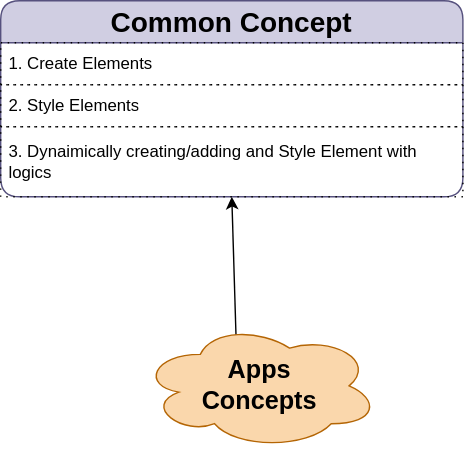
This is apps/apps.svg from knkrn5/Programming-Concepts, a draw.io export, as it was before one commit. Source tidied: cells renumbered, new cells last; positions are measured from the earlier drawing's top-left corner, leaving out a move shared by most shapes. The source it was exported from:
```xml
<mxGraphModel>
  <root>
    <mxCell id="0" />
    <mxCell id="1" parent="0" />
    <mxCell id="2" style="edgeStyle=none;html=1;exitX=0.4;exitY=0.1;exitDx=0;exitDy=0;exitPerimeter=0;entryX=0.5;entryY=1;entryDx=0;entryDy=0;" parent="1" edge="1" source="3" target="4">
      <mxGeometry relative="1" as="geometry" />
    </mxCell>
    <mxCell id="3" value="&lt;b&gt;&lt;font style=&quot;font-size: 18px;&quot;&gt;Apps&lt;br&gt;Concepts&lt;/font&gt;&lt;/b&gt;" style="ellipse;shape=cloud;whiteSpace=wrap;html=1;fillColor=#fad7ac;strokeColor=#b46504;" parent="1" vertex="1">
      <mxGeometry x="100" y="230" width="170" height="90" as="geometry" />
    </mxCell>
    <mxCell id="4" value="&lt;b&gt;&lt;font style=&quot;font-size: 20px;&quot;&gt;Common Concept&lt;/font&gt;&lt;/b&gt;" style="swimlane;fontStyle=0;horizontal=1;startSize=30;whiteSpace=wrap;html=1;rounded=1;fillColor=#d0cee2;strokeColor=#56517e;" parent="1" vertex="1">
      <mxGeometry width="330" height="140" as="geometry" />
    </mxCell>
    <mxCell id="5" value="1. Create Elements" style="text;strokeColor=default;fillColor=none;align=left;verticalAlign=middle;spacingLeft=4;spacingRight=4;overflow=hidden;whiteSpace=wrap;html=1;dashed=1;dashPattern=1 4;" parent="4" vertex="1">
      <mxGeometry y="30" width="330" height="30" as="geometry" />
    </mxCell>
    <mxCell id="6" value="2. Style Elements" style="text;strokeColor=default;fillColor=none;align=left;verticalAlign=middle;spacingLeft=4;spacingRight=4;overflow=hidden;whiteSpace=wrap;html=1;dashed=1;dashPattern=1 4;" parent="4" vertex="1">
      <mxGeometry y="60" width="330" height="30" as="geometry" />
    </mxCell>
    <mxCell id="7" value="3. Dynaimically creating/adding and Style Element with logics" style="text;strokeColor=default;fillColor=none;align=left;verticalAlign=middle;spacingLeft=4;spacingRight=4;overflow=hidden;whiteSpace=wrap;html=1;dashed=1;dashPattern=1 4;" parent="4" vertex="1">
      <mxGeometry y="90" width="330" height="50" as="geometry" />
    </mxCell>
  </root>
</mxGraphModel>
```
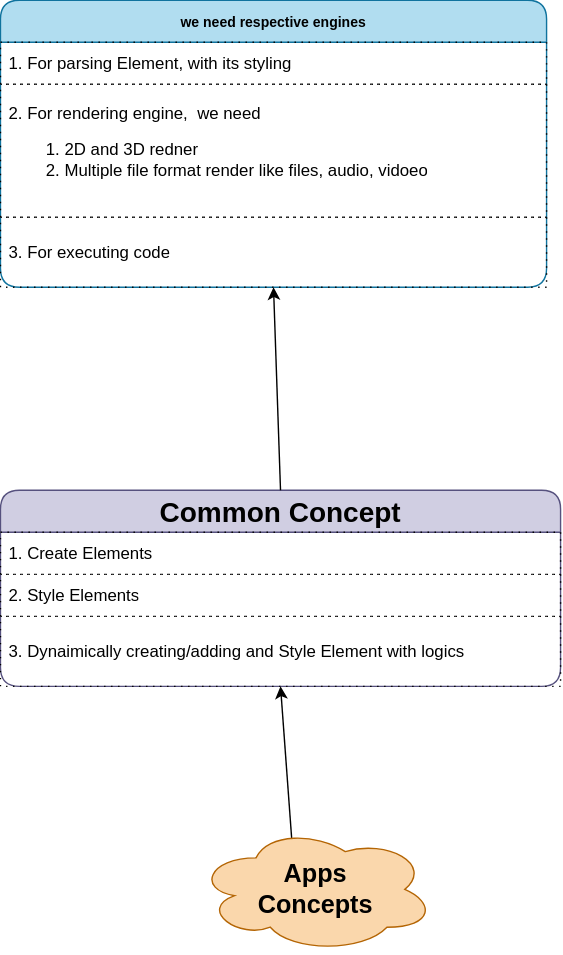
After the change.

What changed in the source:
```diff
@@ -9,16 +9,31 @@
       <mxGeometry x="100" y="230" width="170" height="90" as="geometry" />
     </mxCell>
     <mxCell id="4" value="&lt;b&gt;&lt;font style=&quot;font-size: 20px;&quot;&gt;Common Concept&lt;/font&gt;&lt;/b&gt;" style="swimlane;fontStyle=0;horizontal=1;startSize=30;whiteSpace=wrap;html=1;rounded=1;fillColor=#d0cee2;strokeColor=#56517e;" parent="1" vertex="1">
-      <mxGeometry width="330" height="140" as="geometry" />
+      <mxGeometry x="-40" y="-10" width="400" height="140" as="geometry" />
     </mxCell>
     <mxCell id="5" value="1. Create Elements" style="text;strokeColor=default;fillColor=none;align=left;verticalAlign=middle;spacingLeft=4;spacingRight=4;overflow=hidden;whiteSpace=wrap;html=1;dashed=1;dashPattern=1 4;" parent="4" vertex="1">
-      <mxGeometry y="30" width="330" height="30" as="geometry" />
+      <mxGeometry y="30" width="400" height="30" as="geometry" />
     </mxCell>
     <mxCell id="6" value="2. Style Elements" style="text;strokeColor=default;fillColor=none;align=left;verticalAlign=middle;spacingLeft=4;spacingRight=4;overflow=hidden;whiteSpace=wrap;html=1;dashed=1;dashPattern=1 4;" parent="4" vertex="1">
-      <mxGeometry y="60" width="330" height="30" as="geometry" />
+      <mxGeometry y="60" width="400" height="30" as="geometry" />
     </mxCell>
     <mxCell id="7" value="3. Dynaimically creating/adding and Style Element with logics" style="text;strokeColor=default;fillColor=none;align=left;verticalAlign=middle;spacingLeft=4;spacingRight=4;overflow=hidden;whiteSpace=wrap;html=1;dashed=1;dashPattern=1 4;" parent="4" vertex="1">
-      <mxGeometry y="90" width="330" height="50" as="geometry" />
+      <mxGeometry y="90" width="400" height="50" as="geometry" />
     </mxCell>
+    <mxCell id="8" style="edgeStyle=none;html=1;entryX=0.5;entryY=1;entryDx=0;entryDy=0;exitX=0.5;exitY=0;exitDx=0;exitDy=0;" parent="1" edge="1" source="4" target="9">
+      <mxGeometry relative="1" as="geometry" />
+    </mxCell>
+    <mxCell id="9" value="&lt;b&gt;&lt;font style=&quot;color: light-dark(rgb(0, 0, 0), rgb(255, 255, 255)); font-size: 10px;&quot;&gt;we need respective engines&lt;/font&gt;&lt;/b&gt;" style="swimlane;fontStyle=0;horizontal=1;startSize=30;whiteSpace=wrap;html=1;rounded=1;fillColor=#b1ddf0;strokeColor=#10739e;" parent="1" vertex="1">
+      <mxGeometry x="-40" y="-360" width="390" height="205" as="geometry" />
+    </mxCell>
+    <mxCell id="10" value="1. For parsing Element, with its styling" style="text;strokeColor=default;fillColor=none;align=left;verticalAlign=middle;spacingLeft=4;spacingRight=4;overflow=hidden;whiteSpace=wrap;html=1;dashed=1;dashPattern=1 4;" parent="9" vertex="1">
+      <mxGeometry y="30" width="390" height="30" as="geometry" />
+    </mxCell>
+    <mxCell id="11" value="&lt;div&gt;&lt;span style=&quot;color: light-dark(rgb(0, 0, 0), rgb(255, 255, 255));&quot;&gt;2. For rendering engine,&amp;nbsp; we need&amp;nbsp;&lt;/span&gt;&lt;/div&gt;&lt;div&gt;&lt;ol&gt;&lt;li&gt;&lt;span style=&quot;color: light-dark(rgb(0, 0, 0), rgb(255, 255, 255));&quot;&gt;2D and 3D redner&lt;/span&gt;&lt;/li&gt;&lt;li&gt;&lt;span style=&quot;color: light-dark(rgb(0, 0, 0), rgb(255, 255, 255));&quot;&gt;Multiple file format render like files, audio, vidoeo&lt;/span&gt;&lt;/li&gt;&lt;/ol&gt;&lt;/div&gt;" style="text;strokeColor=default;fillColor=none;align=left;verticalAlign=middle;spacingLeft=4;spacingRight=4;overflow=hidden;whiteSpace=wrap;html=1;dashed=1;dashPattern=1 4;" parent="9" vertex="1">
+      <mxGeometry y="60" width="390" height="95" as="geometry" />
+    </mxCell>
+    <mxCell id="12" value="3. For executing code" style="text;strokeColor=default;fillColor=none;align=left;verticalAlign=middle;spacingLeft=4;spacingRight=4;overflow=hidden;whiteSpace=wrap;html=1;dashed=1;dashPattern=1 4;" parent="9" vertex="1">
+      <mxGeometry y="155" width="390" height="50" as="geometry" />
+    </mxCell>
   </root>
 </mxGraphModel>
```
